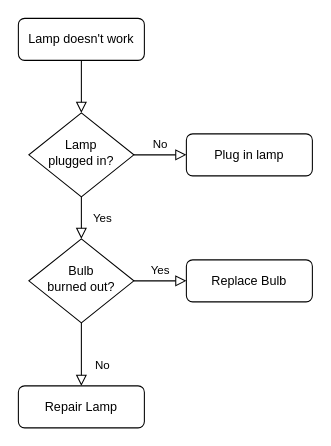
Earlier version of the draw.io diagram Untitled Diagram.drawio (NTDuong96/adventworld). Source tidied: cells renumbered, new cells numbered last; positions are measured from the earlier drawing's top-left corner, leaving out a move shared by most shapes. Both pictures are drawn from the tidied source at 105%, with x=0, y=0 at pixel (18, 18).
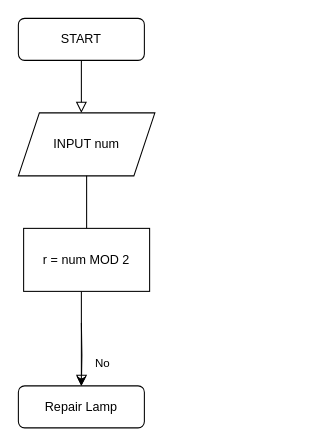
The same page after the edit.

Change to the diagram source:
```diff
@@
 <mxGraphModel>
   <root>
     <mxCell id="0" />
     <mxCell id="1" parent="0" />
-    <mxCell id="2" style="rounded=0;html=1;jettySize=auto;fontSize=11;endArrow=block;endFill=0;endSize=8;strokeWidth=1;shadow=0;labelBackgroundColor=none;edgeStyle=orthogonalEdgeStyle;" parent="1" edge="1" source="3" target="6">
-      <mxGeometry relative="1" as="geometry" />
+    <mxCell id="2" style="rounded=0;html=1;jettySize=auto;fontSize=11;endArrow=block;endFill=0;endSize=8;strokeWidth=1;shadow=0;labelBackgroundColor=none;edgeStyle=orthogonalEdgeStyle;" parent="1" edge="1" source="3">
+      <mxGeometry relative="1" as="geometry">
+        <mxPoint x="60" y="90" as="targetPoint" />
+      </mxGeometry>
     </mxCell>
-    <mxCell id="3" value="Lamp doesn't work" style="rounded=1;whiteSpace=wrap;html=1;fontSize=12;glass=0;strokeWidth=1;shadow=0;" parent="1" vertex="1">
+    <mxCell id="3" value="START" style="rounded=1;whiteSpace=wrap;html=1;fontSize=12;glass=0;strokeWidth=1;shadow=0;" parent="1" vertex="1">
       <mxGeometry width="120" height="40" as="geometry" />
     </mxCell>
-    <mxCell id="4" value="Yes" style="rounded=0;html=1;jettySize=auto;fontSize=11;endArrow=block;endFill=0;endSize=8;strokeWidth=1;shadow=0;labelBackgroundColor=none;edgeStyle=orthogonalEdgeStyle;" parent="1" edge="1" source="6" target="10">
-      <mxGeometry y="20" relative="1" as="geometry" />
-    </mxCell>
-    <mxCell id="5" value="No" style="edgeStyle=orthogonalEdgeStyle;rounded=0;html=1;jettySize=auto;fontSize=11;endArrow=block;endFill=0;endSize=8;strokeWidth=1;shadow=0;labelBackgroundColor=none;" parent="1" edge="1" source="6" target="7">
-      <mxGeometry y="10" relative="1" as="geometry" />
-    </mxCell>
-    <mxCell id="6" value="Lamp&lt;br&gt;plugged in?" style="rhombus;whiteSpace=wrap;html=1;shadow=0;fontFamily=Helvetica;fontSize=12;align=center;strokeWidth=1;spacing=6;spacingTop=-4;" parent="1" vertex="1">
-      <mxGeometry x="10" y="90" width="100" height="80" as="geometry" />
-    </mxCell>
-    <mxCell id="7" value="Plug in lamp" style="rounded=1;whiteSpace=wrap;html=1;fontSize=12;glass=0;strokeWidth=1;shadow=0;" parent="1" vertex="1">
-      <mxGeometry x="160" y="110" width="120" height="40" as="geometry" />
-    </mxCell>
-    <mxCell id="8" value="No" style="rounded=0;html=1;jettySize=auto;fontSize=11;endArrow=block;endFill=0;endSize=8;strokeWidth=1;shadow=0;labelBackgroundColor=none;edgeStyle=orthogonalEdgeStyle;" parent="1" edge="1" source="10" target="11">
-      <mxGeometry x="0.33" y="20" relative="1" as="geometry" />
+    <mxCell id="8" value="No" style="rounded=0;html=1;jettySize=auto;fontSize=11;endArrow=block;endFill=0;endSize=8;strokeWidth=1;shadow=0;labelBackgroundColor=none;edgeStyle=orthogonalEdgeStyle;" parent="1" edge="1" target="11">
+      <mxGeometry x="0.33" y="20" relative="1" as="geometry">
+        <mxPoint x="60" y="290" as="sourcePoint" />
+      </mxGeometry>
     </mxCell>
-    <mxCell id="9" value="Yes" style="edgeStyle=orthogonalEdgeStyle;rounded=0;html=1;jettySize=auto;fontSize=11;endArrow=block;endFill=0;endSize=8;strokeWidth=1;shadow=0;labelBackgroundColor=none;" parent="1" edge="1" source="10" target="12">
-      <mxGeometry y="10" relative="1" as="geometry" />
-    </mxCell>
-    <mxCell id="10" value="Bulb&lt;br&gt;burned out?" style="rhombus;whiteSpace=wrap;html=1;shadow=0;fontFamily=Helvetica;fontSize=12;align=center;strokeWidth=1;spacing=6;spacingTop=-4;" parent="1" vertex="1">
-      <mxGeometry x="10" y="210" width="100" height="80" as="geometry" />
-    </mxCell>
     <mxCell id="11" value="Repair Lamp" style="rounded=1;whiteSpace=wrap;html=1;fontSize=12;glass=0;strokeWidth=1;shadow=0;" parent="1" vertex="1">
       <mxGeometry y="350" width="120" height="40" as="geometry" />
     </mxCell>
-    <mxCell id="12" value="Replace Bulb" style="rounded=1;whiteSpace=wrap;html=1;fontSize=12;glass=0;strokeWidth=1;shadow=0;" parent="1" vertex="1">
-      <mxGeometry x="160" y="230" width="120" height="40" as="geometry" />
-    </mxCell>
+    <mxCell id="13" value="INPUT num" style="shape=parallelogram;perimeter=parallelogramPerimeter;whiteSpace=wrap;html=1;fixedSize=1;" parent="1" vertex="1">
+      <mxGeometry y="90" width="130" height="60" as="geometry" />
+    </mxCell>
+    <mxCell id="14" style="edgeStyle=orthogonalEdgeStyle;rounded=0;html=1;jettySize=auto;fontSize=11;endArrow=none;endFill=0;endSize=8;strokeWidth=1;shadow=0;labelBackgroundColor=none;exitX=0.5;exitY=0;exitDx=0;exitDy=0;" parent="1" edge="1" source="16" target="13">
+      <mxGeometry y="10" relative="1" as="geometry" />
+    </mxCell>
+    <mxCell id="15" style="edgeStyle=orthogonalEdgeStyle;rounded=0;jettySize=auto;html=1;" parent="1" edge="1" source="16" target="11">
+      <mxGeometry relative="1" as="geometry">
+        <Array as="points">
+          <mxPoint x="60" y="280" />
+          <mxPoint x="60" y="280" />
+        </Array>
+      </mxGeometry>
+    </mxCell>
+    <mxCell id="16" value="r = num MOD 2" style="rounded=0;whiteSpace=wrap;html=1;" parent="1" vertex="1">
+      <mxGeometry x="5" y="200" width="120" height="60" as="geometry" />
+    </mxCell>
   </root>
 </mxGraphModel>
```
